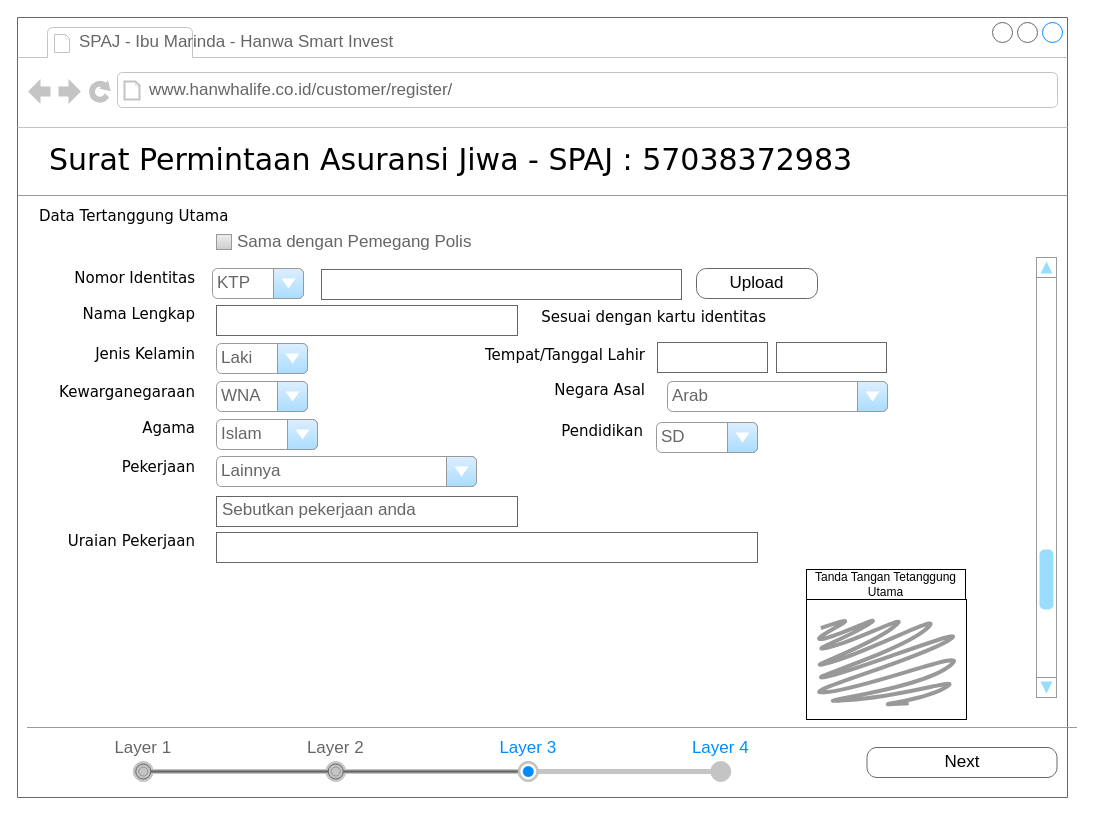
This is page "ESUBMISSION-UTAMA" (5 of 18) of CustomerInvitation.drawio from gustianom/hanwhaiso, a draw.io file, before an edit. Source tidied: cells renumbered, new cells numbered last; positions are measured from the earlier drawing's top-left corner, leaving out a move shared by most shapes. Both pictures are drawn from the tidied source at 100%, with x=0, y=0 at pixel (17, 17).
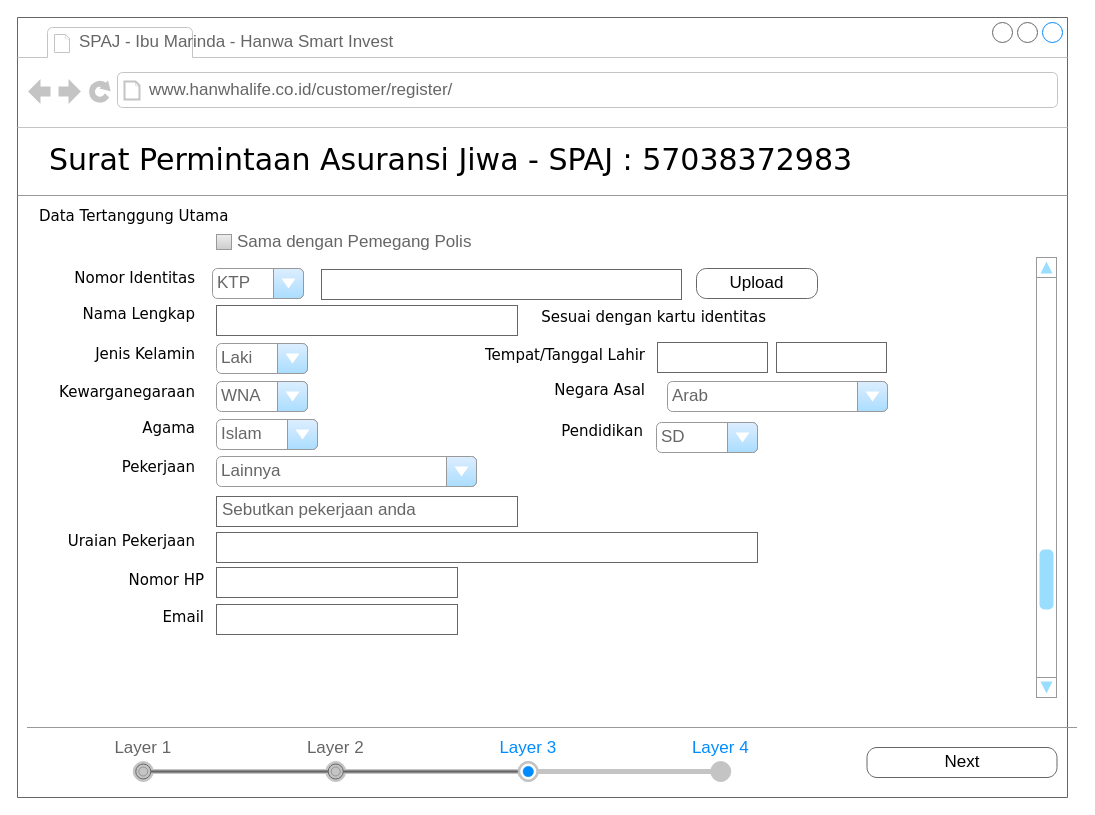
The same page after the edit.

The change refers to these unchanged cells:
```xml
<mxCell id="2" style="strokeWidth=1;shadow=0;dashed=0;align=center;html=1;shape=mxgraph.mockup.containers.browserWindow;rSize=0;strokeColor=#666666;mainText=,;rounded=0;labelBackgroundColor=none;fontFamily=Verdana;fontSize=12;" parent="1" vertex="1">
  <mxGeometry width="1050" height="780" as="geometry" />
</mxCell>
```

Change to the diagram source:
```diff
@@
-    <mxCell id="33" style="group;" parent="2" vertex="1">
-      <mxGeometry x="789" y="552" width="160" height="150" as="geometry" />
-    </mxCell>
-    <mxCell id="34" value="Tanda Tangan Tetanggung Utama" style="rounded=0;whiteSpace=wrap;html=1;align=center;" parent="33" vertex="1">
-      <mxGeometry width="159" height="30" as="geometry" />
-    </mxCell>
-    <mxCell id="35" style="rounded=0;whiteSpace=wrap;html=1;align=center;" parent="33" vertex="1">
-      <mxGeometry y="30" width="160" height="120" as="geometry" />
-    </mxCell>
-    <mxCell id="36" style="shape=mxgraph.mockup.markup.scratchOut;shadow=0;dashed=0;html=1;strokeColor=#999999;strokeWidth=4;align=center;" parent="33" vertex="1">
-      <mxGeometry x="9" y="50" width="141" height="90" as="geometry" />
-    </mxCell>
@@
+    <mxCell id="42" value="Nomor HP" style="text;html=1;align=right;verticalAlign=top;spacingTop=-4;fontSize=15;fontFamily=Verdana;" parent="1" vertex="1">
+      <mxGeometry x="18" y="551" width="170" height="36" as="geometry" />
+    </mxCell>
+    <mxCell id="43" value="&amp;nbsp;" style="strokeWidth=1;shadow=0;dashed=0;align=center;html=1;shape=mxgraph.mockup.text.textBox;fontColor=#666666;align=left;fontSize=17;spacingLeft=4;spacingTop=-3;strokeColor=#666666;mainText=;" parent="1" vertex="1">
+      <mxGeometry x="199" y="550" width="241" height="30" as="geometry" />
+    </mxCell>
+    <mxCell id="44" value="&amp;nbsp;" style="strokeWidth=1;shadow=0;dashed=0;align=center;html=1;shape=mxgraph.mockup.text.textBox;fontColor=#666666;align=left;fontSize=17;spacingLeft=4;spacingTop=-3;strokeColor=#666666;mainText=;" parent="1" vertex="1">
+      <mxGeometry x="199" y="587" width="241" height="30" as="geometry" />
+    </mxCell>
+    <mxCell id="45" value="Email" style="text;html=1;align=right;verticalAlign=top;spacingTop=-4;fontSize=15;fontFamily=Verdana;" parent="1" vertex="1">
+      <mxGeometry x="18" y="588" width="170" height="36" as="geometry" />
+    </mxCell>
```
